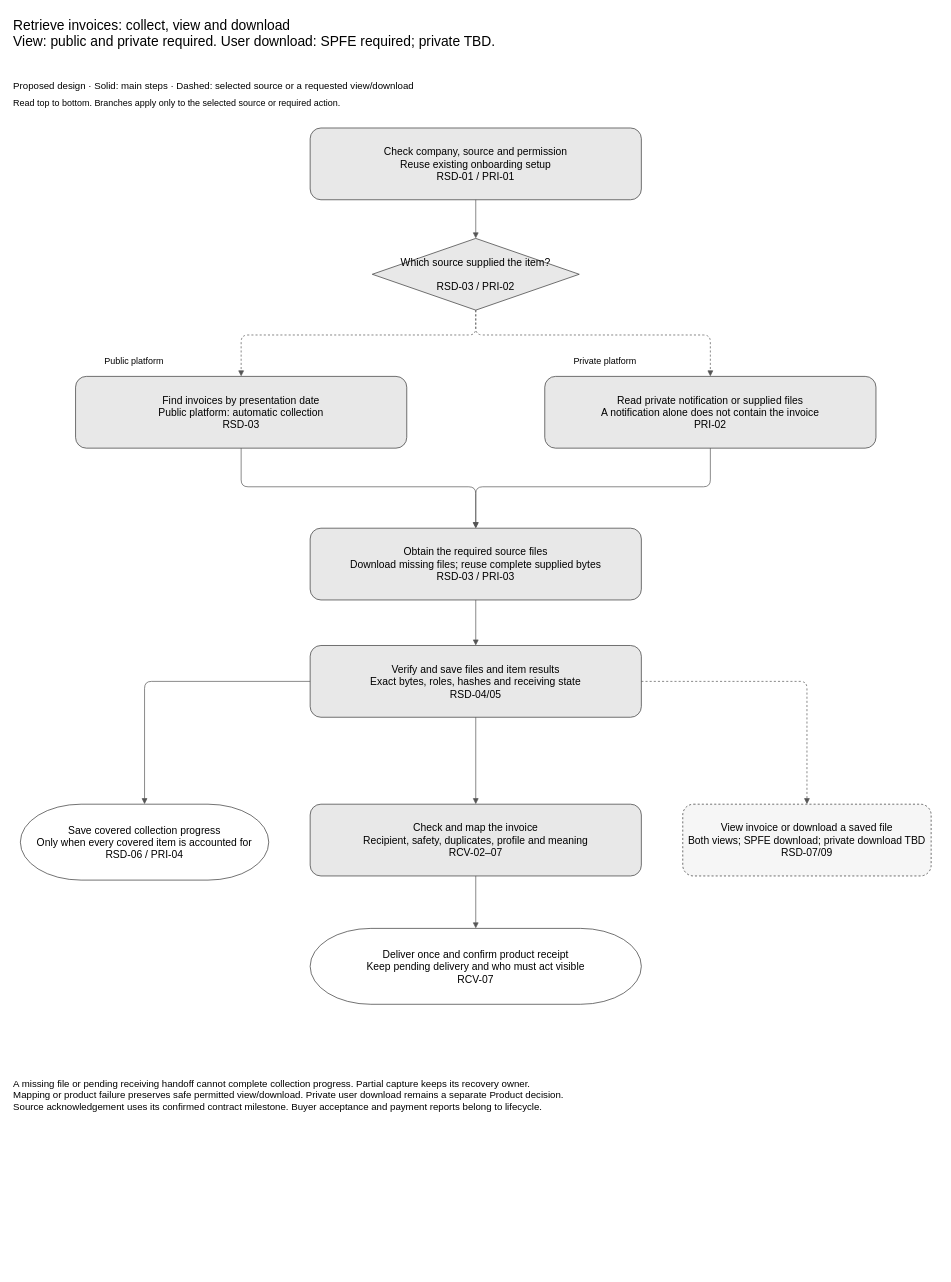
Before: assets/diagrams/invoice-retrieval-overview-process.drawio in jiaxinhe0709/pm_second_brain, a draw.io diagram. Source tidied: cells renumbered, new cells numbered last; positions are measured from the earlier drawing's top-left corner, leaving out a move shared by most shapes. Both pictures are drawn from the tidied source at 69%, with x=0, y=0 at pixel (12, 12).
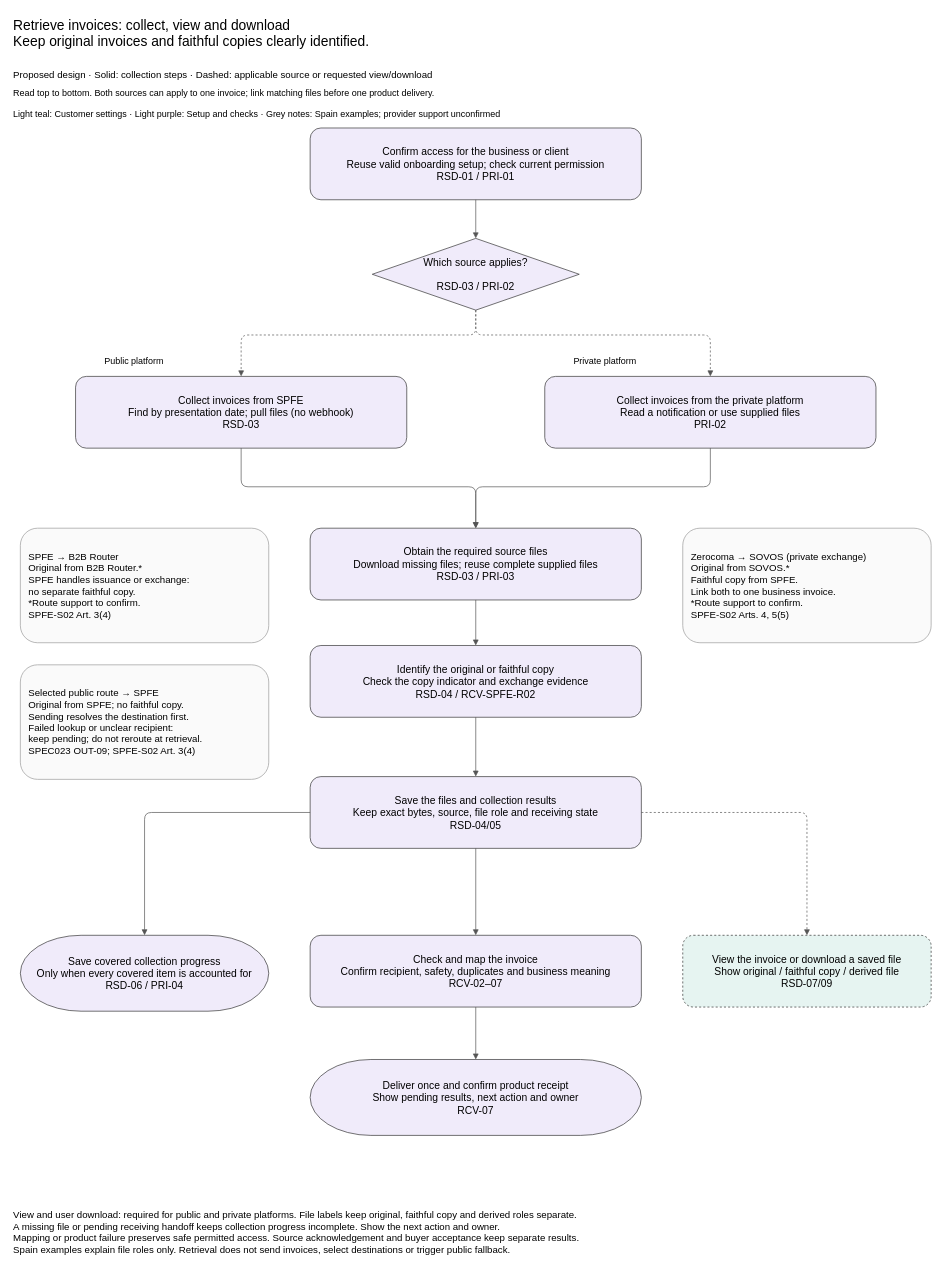
After the change.

The edit, as a diff of the source:
```diff
@@
-    <mxCell id="2" value="Retrieve invoices: collect, view and download&#10;View: public and private required. User download: SPFE required; private TBD." style="text;whiteSpace=wrap;html=0;align=left;fontSize=20;" parent="1" vertex="1">
-      <mxGeometry width="1344" height="95" as="geometry" />
+    <mxCell id="2" value="Retrieve invoices: collect, view and download&#10;Keep original invoices and faithful copies clearly identified." style="text;whiteSpace=wrap;html=0;align=left;fontSize=20;" parent="1" vertex="1">
+      <mxGeometry width="1344" height="75" as="geometry" />
     </mxCell>
-    <mxCell id="3" value="Proposed design · Solid: main steps · Dashed: selected source or a requested view/download" style="text;html=0;align=left;fontSize=14;" parent="1" vertex="1">
-      <mxGeometry y="92" width="1344" height="22" as="geometry" />
+    <mxCell id="3" value="Proposed design · Solid: collection steps · Dashed: applicable source or requested view/download" style="text;html=0;align=left;fontSize=14;" parent="1" vertex="1">
+      <mxGeometry y="76" width="1344" height="22" as="geometry" />
     </mxCell>
-    <mxCell id="4" value="Read top to bottom. Branches apply only to the selected source or required action." style="text;html=0;align=left;fontSize=13;" parent="1" vertex="1">
-      <mxGeometry y="118" width="1344" height="24" as="geometry" />
+    <mxCell id="4" value="Read top to bottom. Both sources can apply to one invoice; link matching files before one product delivery." style="text;html=0;align=left;fontSize=13;" parent="1" vertex="1">
+      <mxGeometry y="103" width="1344" height="24" as="geometry" />
     </mxCell>
-    <mxCell id="5" value="Check company, source and permission&#10;Reuse existing onboarding setup&#10;RSD-01 / PRI-01" style="rounded=1;whiteSpace=wrap;html=0;fontSize=15;fillColor=#e8e8e8;strokeColor=#333333;spacing=8;" parent="1" vertex="1">
+    <mxCell id="5" value="Confirm access for the business or client&#10;Reuse valid onboarding setup; check current permission&#10;RSD-01 / PRI-01" style="rounded=1;whiteSpace=wrap;html=0;fontSize=15;strokeColor=#333333;spacing=8;fillColor=#F0EBFA;" parent="1" vertex="1">
       <mxGeometry x="432" y="168" width="480" height="104" as="geometry" />
     </mxCell>
-    <mxCell id="6" value="Which source supplied the item?&#10;&#10;RSD-03 / PRI-02" style="rhombus;whiteSpace=wrap;html=0;fontSize=15;fillColor=#e8e8e8;strokeColor=#333333;spacing=8;" parent="1" vertex="1">
+    <mxCell id="6" value="Which source applies?&#10;&#10;RSD-03 / PRI-02" style="rhombus;whiteSpace=wrap;html=0;fontSize=15;strokeColor=#333333;spacing=8;fillColor=#F0EBFA;" parent="1" vertex="1">
       <mxGeometry x="522" y="328" width="300" height="104" as="geometry" />
     </mxCell>
-    <mxCell id="7" value="Find invoices by presentation date&#10;Public platform: automatic collection&#10;RSD-03" style="rounded=1;whiteSpace=wrap;html=0;fontSize=15;fillColor=#e8e8e8;strokeColor=#333333;spacing=8;" parent="1" vertex="1">
+    <mxCell id="7" value="Collect invoices from SPFE&#10;Find by presentation date; pull files (no webhook)&#10;RSD-03" style="rounded=1;whiteSpace=wrap;html=0;fontSize=15;strokeColor=#333333;spacing=8;fillColor=#F0EBFA;" parent="1" vertex="1">
       <mxGeometry x="92" y="528" width="480" height="104" as="geometry" />
     </mxCell>
-    <mxCell id="8" value="Read private notification or supplied files&#10;A notification alone does not contain the invoice&#10;PRI-02" style="rounded=1;whiteSpace=wrap;html=0;fontSize=15;fillColor=#e8e8e8;strokeColor=#333333;spacing=8;" parent="1" vertex="1">
+    <mxCell id="8" value="Collect invoices from the private platform&#10;Read a notification or use supplied files&#10;PRI-02" style="rounded=1;whiteSpace=wrap;html=0;fontSize=15;strokeColor=#333333;spacing=8;fillColor=#F0EBFA;" parent="1" vertex="1">
       <mxGeometry x="772" y="528" width="480" height="104" as="geometry" />
     </mxCell>
-    <mxCell id="9" value="Obtain the required source files&#10;Download missing files; reuse complete supplied bytes&#10;RSD-03 / PRI-03" style="rounded=1;whiteSpace=wrap;html=0;fontSize=15;fillColor=#e8e8e8;strokeColor=#333333;spacing=8;" parent="1" vertex="1">
+    <mxCell id="9" value="Obtain the required source files&#10;Download missing files; reuse complete supplied files&#10;RSD-03 / PRI-03" style="rounded=1;whiteSpace=wrap;html=0;fontSize=15;strokeColor=#333333;spacing=8;fillColor=#F0EBFA;" parent="1" vertex="1">
       <mxGeometry x="432" y="748" width="480" height="104" as="geometry" />
     </mxCell>
-    <mxCell id="10" value="Verify and save files and item results&#10;Exact bytes, roles, hashes and receiving state&#10;RSD-04/05" style="rounded=1;whiteSpace=wrap;html=0;fontSize=15;fillColor=#e8e8e8;strokeColor=#333333;spacing=8;" parent="1" vertex="1">
-      <mxGeometry x="432" y="918" width="480" height="104" as="geometry" />
+    <mxCell id="10" value="Save the files and collection results&#10;Keep exact bytes, source, file role and receiving state&#10;RSD-04/05" style="rounded=1;whiteSpace=wrap;html=0;fontSize=15;strokeColor=#333333;spacing=8;fillColor=#F0EBFA;" parent="1" vertex="1">
+      <mxGeometry x="432" y="1108" width="480" height="104" as="geometry" />
     </mxCell>
-    <mxCell id="11" value="Save covered collection progress&#10;Only when every covered item is accounted for&#10;RSD-06 / PRI-04" style="rounded=1;arcSize=80;whiteSpace=wrap;html=0;fontSize=15;fillColor=#ffffff;strokeColor=#333333;spacing=8;" parent="1" vertex="1">
-      <mxGeometry x="12" y="1148" width="360" height="110" as="geometry" />
+    <mxCell id="11" value="Save covered collection progress&#10;Only when every covered item is accounted for&#10;RSD-06 / PRI-04" style="rounded=1;arcSize=80;whiteSpace=wrap;html=0;fontSize=15;strokeColor=#333333;spacing=8;fillColor=#F0EBFA;" parent="1" vertex="1">
+      <mxGeometry x="12" y="1338" width="360" height="110" as="geometry" />
     </mxCell>
-    <mxCell id="12" value="Check and map the invoice&#10;Recipient, safety, duplicates, profile and meaning&#10;RCV-02–07" style="rounded=1;whiteSpace=wrap;html=0;fontSize=15;fillColor=#e8e8e8;strokeColor=#333333;spacing=8;" parent="1" vertex="1">
-      <mxGeometry x="432" y="1148" width="480" height="104" as="geometry" />
+    <mxCell id="12" value="Check and map the invoice&#10;Confirm recipient, safety, duplicates and business meaning&#10;RCV-02–07" style="rounded=1;whiteSpace=wrap;html=0;fontSize=15;strokeColor=#333333;spacing=8;fillColor=#F0EBFA;" parent="1" vertex="1">
+      <mxGeometry x="432" y="1338" width="480" height="104" as="geometry" />
     </mxCell>
-    <mxCell id="13" value="View invoice or download a saved file&#10;Both views; SPFE download; private download TBD&#10;RSD-07/09" style="rounded=1;whiteSpace=wrap;html=0;fontSize=15;fillColor=#f6f6f6;strokeColor=#333333;spacing=8;dashed=1;" parent="1" vertex="1">
-      <mxGeometry x="972" y="1148" width="360" height="104" as="geometry" />
+    <mxCell id="13" value="View the invoice or download a saved file&#10;Show original / faithful copy / derived file&#10;RSD-07/09" style="rounded=1;whiteSpace=wrap;html=0;fontSize=15;strokeColor=#333333;spacing=8;dashed=1;fillColor=#E6F4F1;" parent="1" vertex="1">
+      <mxGeometry x="972" y="1338" width="360" height="104" as="geometry" />
     </mxCell>
-    <mxCell id="14" value="Deliver once and confirm product receipt&#10;Keep pending delivery and who must act visible&#10;RCV-07" style="rounded=1;arcSize=80;whiteSpace=wrap;html=0;fontSize=15;fillColor=#ffffff;strokeColor=#333333;spacing=8;" parent="1" vertex="1">
-      <mxGeometry x="432" y="1328" width="480" height="110" as="geometry" />
+    <mxCell id="14" value="Deliver once and confirm product receipt&#10;Show pending results, next action and owner&#10;RCV-07" style="rounded=1;arcSize=80;whiteSpace=wrap;html=0;fontSize=15;strokeColor=#333333;spacing=8;fillColor=#F0EBFA;" parent="1" vertex="1">
+      <mxGeometry x="432" y="1518" width="480" height="110" as="geometry" />
     </mxCell>
@@
-    <mxCell id="22" style="edgeStyle=none;endArrow=block;strokeColor=#555555;exitX=0.5;exitY=1.0;entryX=0.5;entryY=0.0;" parent="1" edge="1" source="9" target="10">
+    <mxCell id="22" style="edgeStyle=none;endArrow=block;strokeColor=#555555;exitX=0.5;exitY=1.0;entryX=0.5;entryY=0.0;" parent="1" edge="1" source="9" target="28">
       <mxGeometry relative="1" as="geometry" />
     </mxCell>
@@
     <mxCell id="24" style="edgeStyle=none;endArrow=block;strokeColor=#555555;exitX=0.0;exitY=0.5;entryX=0.5;entryY=0.0;" parent="1" edge="1" source="10" target="11">
       <mxGeometry relative="1" as="geometry">
         <Array as="points">
-          <mxPoint x="192" y="970" />
+          <mxPoint x="192" y="1160" />
         </Array>
       </mxGeometry>
     </mxCell>
     <mxCell id="25" style="edgeStyle=none;endArrow=block;strokeColor=#555555;exitX=1.0;exitY=0.5;entryX=0.5;entryY=0.0;dashed=1;" parent="1" edge="1" source="10" target="13">
       <mxGeometry relative="1" as="geometry">
         <Array as="points">
-          <mxPoint x="1152" y="970" />
+          <mxPoint x="1152" y="1160" />
         </Array>
       </mxGeometry>
     </mxCell>
@@
-    <mxCell id="27" value="A missing file or pending receiving handoff cannot complete collection progress. Partial capture keeps its recovery owner.&#10;Mapping or product failure preserves safe permitted view/download. Private user download remains a separate Product decision.&#10;Source acknowledgement uses its confirmed contract milestone. Buyer acceptance and payment reports belong to lifecycle." style="text;html=0;align=left;fontSize=14;" parent="1" vertex="1">
-      <mxGeometry y="1538" width="1344" height="96" as="geometry" />
+    <mxCell id="27" value="View and user download: required for public and private platforms. File labels keep original, faithful copy and derived roles separate.&#10;A missing file or pending receiving handoff keeps collection progress incomplete. Show the next action and owner.&#10;Mapping or product failure preserves safe permitted access. Source acknowledgement and buyer acceptance keep separate results.&#10;Spain examples explain file roles only. Retrieval does not send invoices, select destinations or trigger public fallback." style="text;html=0;align=left;fontSize=14;" parent="1" vertex="1">
+      <mxGeometry y="1728" width="1344" height="96" as="geometry" />
     </mxCell>
+    <mxCell id="28" value="Identify the original or faithful copy&#10;Check the copy indicator and exchange evidence&#10;RSD-04 / RCV-SPFE-R02" style="rounded=1;whiteSpace=wrap;html=0;fontSize=15;fillColor=#F0EBFA;strokeColor=#333333;spacing=8;" parent="1" vertex="1">
+      <mxGeometry x="432" y="918" width="480" height="104" as="geometry" />
+    </mxCell>
+    <mxCell id="29" style="edgeStyle=none;endArrow=block;strokeColor=#555555;exitX=0.5;exitY=1;entryX=0.5;entryY=0;" parent="1" edge="1" source="28" target="10">
+      <mxGeometry relative="1" as="geometry" />
+    </mxCell>
+    <mxCell id="30" value="SPFE → B2B Router&#10;Original from B2B Router.*&#10;SPFE handles issuance or exchange:&#10;no separate faithful copy.&#10;*Route support to confirm.&#10;SPFE-S02 Art. 3(4)" style="rounded=1;whiteSpace=wrap;html=0;align=left;fontSize=14;fillColor=#fafafa;strokeColor=#999999;spacing=12;" parent="1" vertex="1">
+      <mxGeometry x="12" y="748" width="360" height="166" as="geometry" />
+    </mxCell>
+    <mxCell id="31" value="Zerocoma → SOVOS (private exchange)&#10;Original from SOVOS.*&#10;Faithful copy from SPFE.&#10;Link both to one business invoice.&#10;*Route support to confirm.&#10;SPFE-S02 Arts. 4, 5(5)" style="rounded=1;whiteSpace=wrap;html=0;align=left;fontSize=14;fillColor=#fafafa;strokeColor=#999999;spacing=12;" parent="1" vertex="1">
+      <mxGeometry x="972" y="748" width="360" height="166" as="geometry" />
+    </mxCell>
+    <mxCell id="32" value="Selected public route → SPFE&#10;Original from SPFE; no faithful copy.&#10;Sending resolves the destination first.&#10;Failed lookup or unclear recipient:&#10;keep pending; do not reroute at retrieval.&#10;SPEC023 OUT-09; SPFE-S02 Art. 3(4)" style="rounded=1;whiteSpace=wrap;html=0;align=left;fontSize=14;fillColor=#fafafa;strokeColor=#999999;spacing=12;" parent="1" vertex="1">
+      <mxGeometry x="12" y="946" width="360" height="166" as="geometry" />
+    </mxCell>
+    <mxCell id="33" value="Light teal: Customer settings · Light purple: Setup and checks · Grey notes: Spain examples; provider support unconfirmed" style="text;html=0;align=left;fontSize=13;" parent="1" vertex="1">
+      <mxGeometry y="133" width="1344" height="24" as="geometry" />
+    </mxCell>
```
